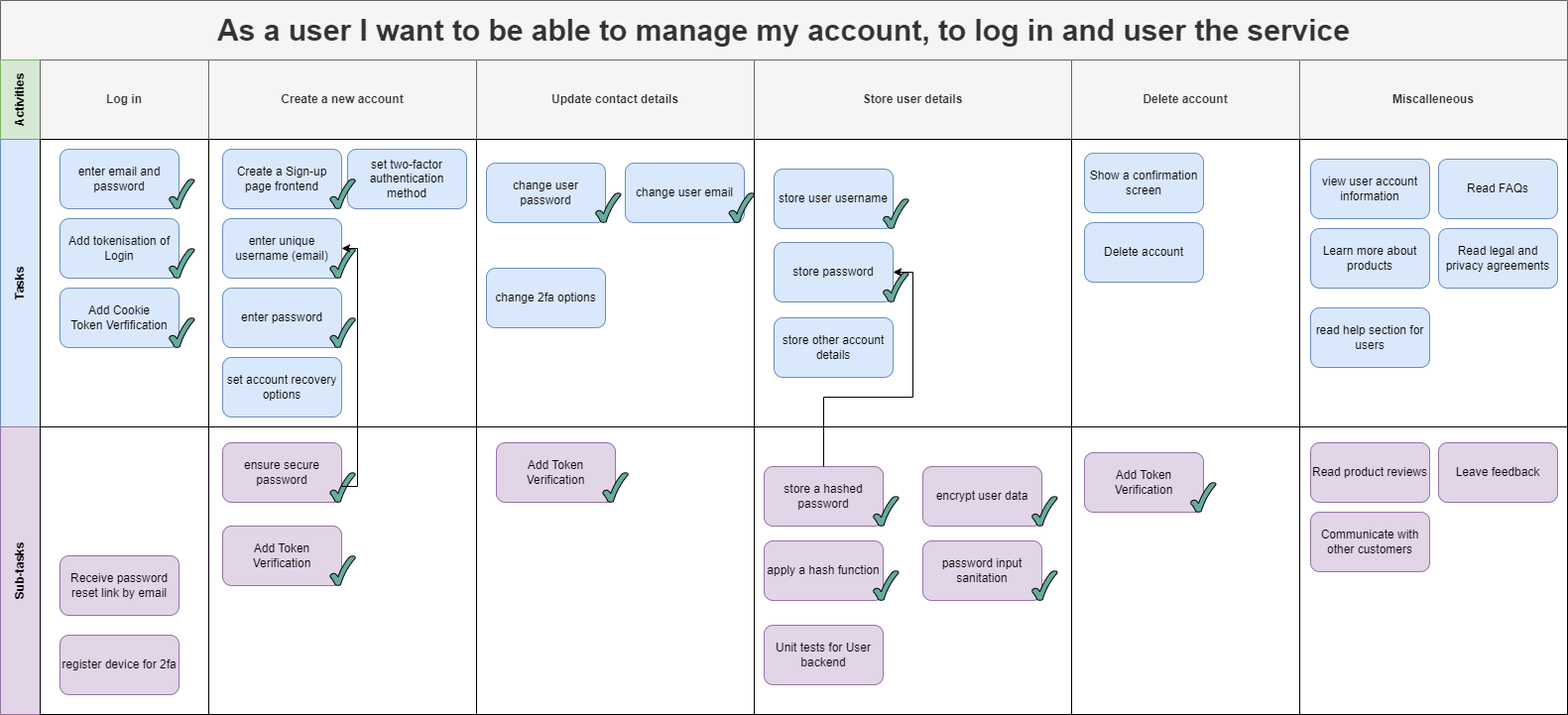
Earlier version of the draw.io export Documentation/Project Diagrams/Story Maps/Manage Account Theme.png (ickeyben123/AR). Source tidied: cells renumbered, new cells last; positions are measured from the earlier drawing's top-left corner, leaving out a move shared by most shapes.
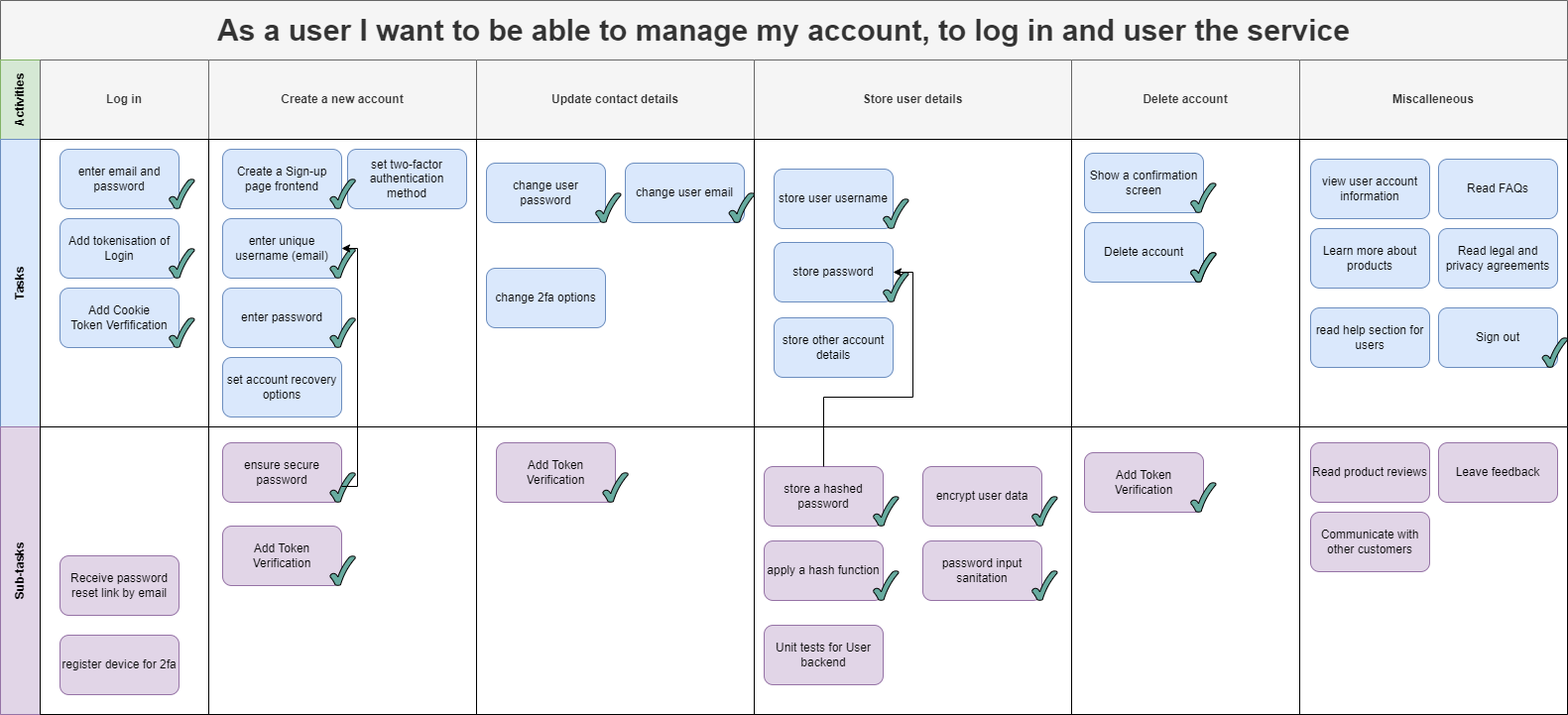
Above is the later version.

Commit message:
Added new backend diagram & Sprint 12 retrospective.

The edit, as a diff of the source:
```diff
@@ -122,6 +122,12 @@
     <mxCell id="41" value="Delete account" style="rounded=1;whiteSpace=wrap;html=1;strokeWidth=1;fillColor=#dae8fc;strokeColor=#6c8ebf;" parent="39" vertex="1">
       <mxGeometry x="13" y="84" width="120" height="60" as="geometry" />
     </mxCell>
+    <mxCell id="79" style="verticalLabelPosition=bottom;verticalAlign=top;html=1;shape=mxgraph.basic.tick;fillColor=#67AB9F;" parent="39" vertex="1">
+      <mxGeometry x="120" y="44" width="25.5" height="30" as="geometry" />
+    </mxCell>
+    <mxCell id="80" style="verticalLabelPosition=bottom;verticalAlign=top;html=1;shape=mxgraph.basic.tick;fillColor=#67AB9F;" parent="39" vertex="1">
+      <mxGeometry x="120" y="114" width="25.5" height="30" as="geometry" />
+    </mxCell>
     <mxCell id="42" style="swimlane;startSize=0;html=1;whiteSpace=wrap;" parent="10" vertex="1">
       <mxGeometry x="1310" width="270" height="290" as="geometry" />
     </mxCell>
@@ -140,6 +146,12 @@
     <mxCell id="47" value="view user account information" style="rounded=1;whiteSpace=wrap;html=1;strokeWidth=1;fillColor=#dae8fc;strokeColor=#6c8ebf;" parent="42" vertex="1">
       <mxGeometry x="11" y="20" width="120" height="60" as="geometry" />
     </mxCell>
+    <mxCell id="81" value="Sign out" style="rounded=1;whiteSpace=wrap;html=1;strokeWidth=1;fillColor=#dae8fc;strokeColor=#6c8ebf;" parent="42" vertex="1">
+      <mxGeometry x="140" y="170" width="120" height="60" as="geometry" />
+    </mxCell>
+    <mxCell id="82" style="verticalLabelPosition=bottom;verticalAlign=top;html=1;shape=mxgraph.basic.tick;fillColor=#67AB9F;" parent="42" vertex="1">
+      <mxGeometry x="244.5" y="200" width="25.5" height="30" as="geometry" />
+    </mxCell>
     <mxCell id="48" value="Sub-tasks" style="swimlane;horizontal=0;startSize=40;html=1;whiteSpace=wrap;fillColor=#e1d5e7;strokeColor=#9673a6;" parent="2" vertex="1">
       <mxGeometry y="430" width="1580" height="290" as="geometry" />
     </mxCell>
@@ -244,5 +256,8 @@
         </Array>
       </mxGeometry>
     </mxCell>
+    <mxCell id="83" style="verticalLabelPosition=bottom;verticalAlign=top;html=1;shape=mxgraph.basic.tick;fillColor=#67AB9F;" parent="1" vertex="1">
+      <mxGeometry x="1200" y="254" width="25.5" height="30" as="geometry" />
+    </mxCell>
   </root>
 </mxGraphModel>
```
